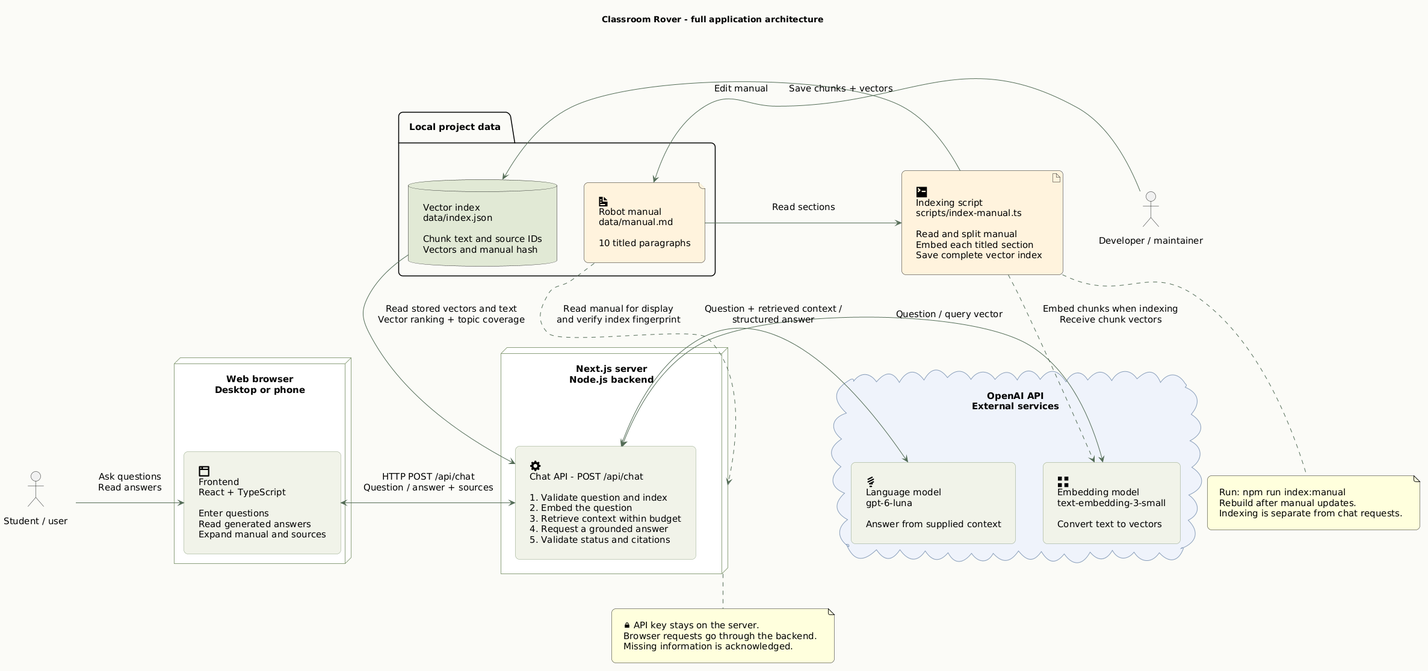
Above: docs/architecture-overview.png in vstrah00/robot-manual-rag (PlantUML), before the change.
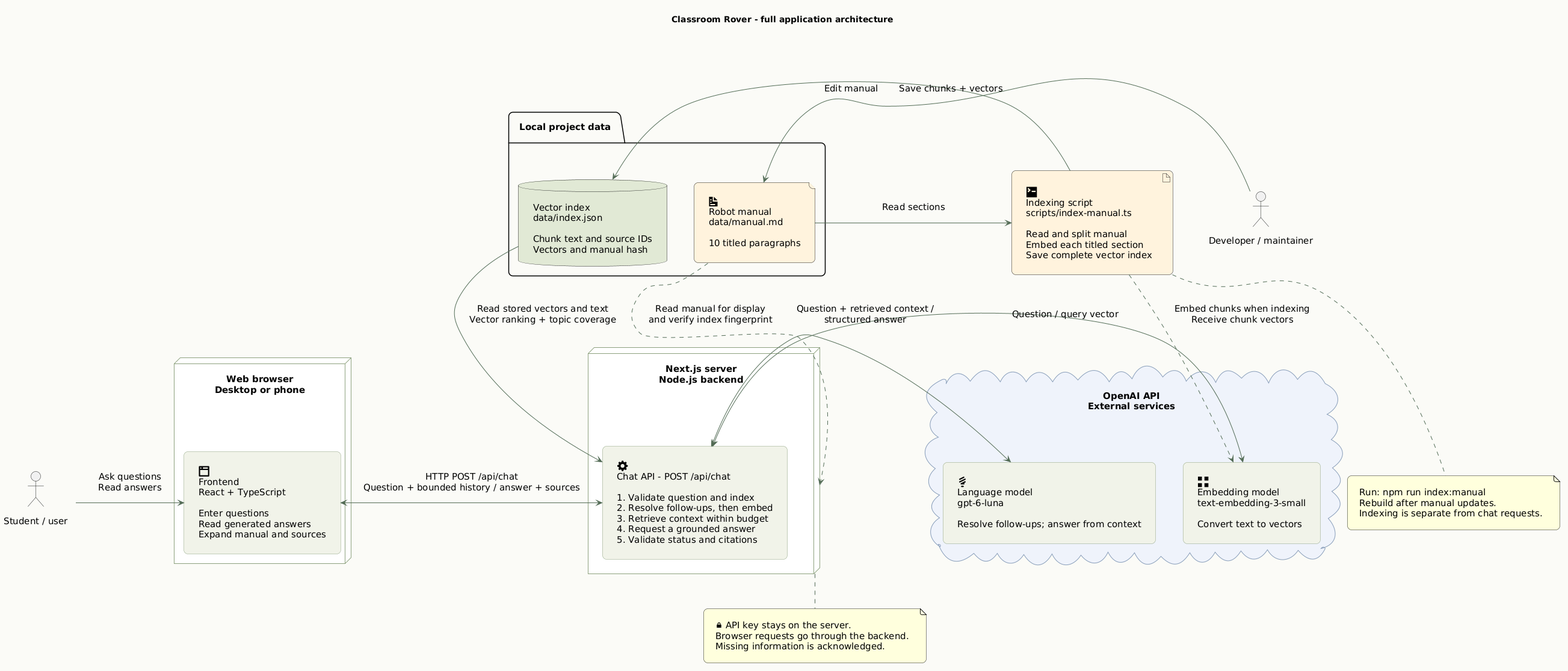
Later version of the same file.

Diff of the diagram source:
```diff
@@ -25,15 +25,15 @@
   component "<size:26><&browser></size>\nFrontend\nReact + TypeScript\n\nEnter questions\nRead generated answers\nExpand manual and sources" as frontend
 }
 node "Next.js server\nNode.js backend" as server {
-  component "<size:26><&cog></size>\nChat API - POST /api/chat\n\n1. Validate question and index\n2. Embed the question\n3. Retrieve context within budget\n4. Request a grounded answer\n5. Validate status and citations" as backend
+  component "<size:26><&cog></size>\nChat API - POST /api/chat\n\n1. Validate question and index\n2. Resolve follow-ups, then embed\n3. Retrieve context within budget\n4. Request a grounded answer\n5. Validate status and citations" as backend
 }
 cloud "OpenAI API\nExternal services" as openai {
   component "<size:26><&grid-two-up></size>\nEmbedding model\ntext-embedding-3-small\n\nConvert text to vectors" as embedding
-  component "<size:26><&lightbulb></size>\nLanguage model\ngpt-6-luna\n\nAnswer from supplied context" as llm
+  component "<size:26><&lightbulb></size>\nLanguage model\ngpt-6-luna\n\nResolve follow-ups; answer from context" as llm
 }
 
 user -right-> frontend : Ask questions\nRead answers
-frontend <-right-> backend : HTTP POST /api/chat\nQuestion / answer + sources
+frontend <-right-> backend : HTTP POST /api/chat\nQuestion + bounded history / answer + sources
 backend <-right-> embedding : Question / query vector
 backend <-right-> llm : Question + retrieved context /\nstructured answer
 
```
